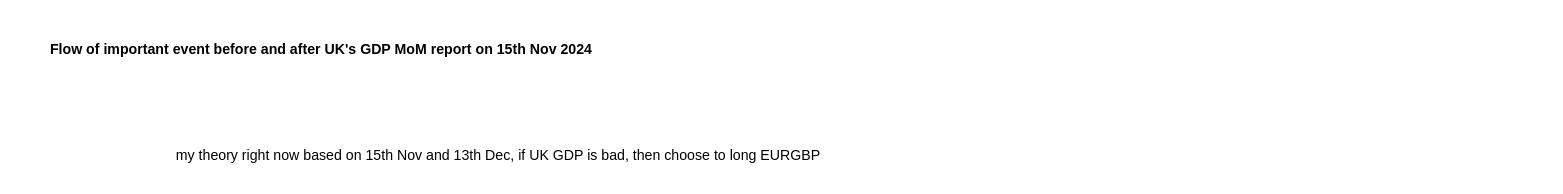
Above: page "UK GDP MoM (15th Nov)" (11 of 13) of macro-analysis.drawio in primprum/macro-analysis (draw.io), before the change. Source tidied: cells renumbered, new cells numbered last; positions are measured from the earlier drawing's top-left corner, leaving out a move shared by most shapes. Both pictures are drawn from the tidied source at 118%, with x=0, y=0 at pixel (20, 32).
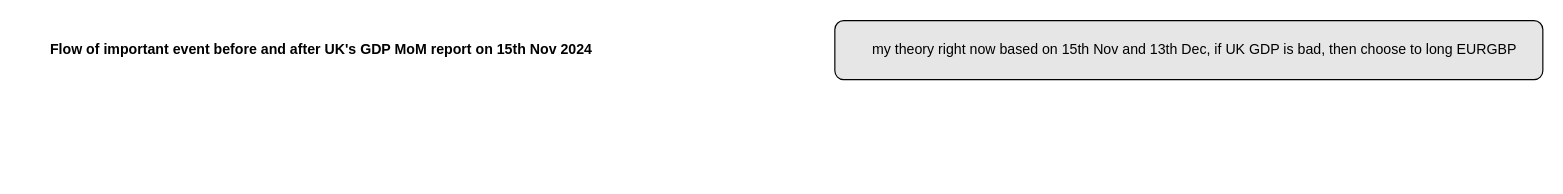
The same page after the edit.

Change to the diagram source:
```diff
@@
 <mxGraphModel>
   <root>
     <mxCell id="0" />
     <mxCell id="1" parent="0" />
+    <mxCell id="4" style="rounded=1;whiteSpace=wrap;html=1;fillColor=#E6E6E6;" parent="1" vertex="1">
+      <mxGeometry x="690" y="-10" width="600" height="50" as="geometry" />
+    </mxCell>
     <mxCell id="2" value="&lt;b&gt;Flow of important event before and after UK's GDP MoM report on 15th Nov 2024&lt;/b&gt;" style="text;html=1;align=center;verticalAlign=middle;whiteSpace=wrap;rounded=0;" parent="1" vertex="1">
       <mxGeometry width="510" height="30" as="geometry" />
     </mxCell>
     <mxCell id="3" value="my theory right now based on 15th Nov and 13th Dec, if UK GDP is bad, then choose to long EURGBP" style="text;html=1;align=center;verticalAlign=middle;whiteSpace=wrap;rounded=0;" parent="1" vertex="1">
-      <mxGeometry x="120" y="90" width="570" height="30" as="geometry" />
+      <mxGeometry x="710" width="570" height="30" as="geometry" />
     </mxCell>
   </root>
 </mxGraphModel>
```
